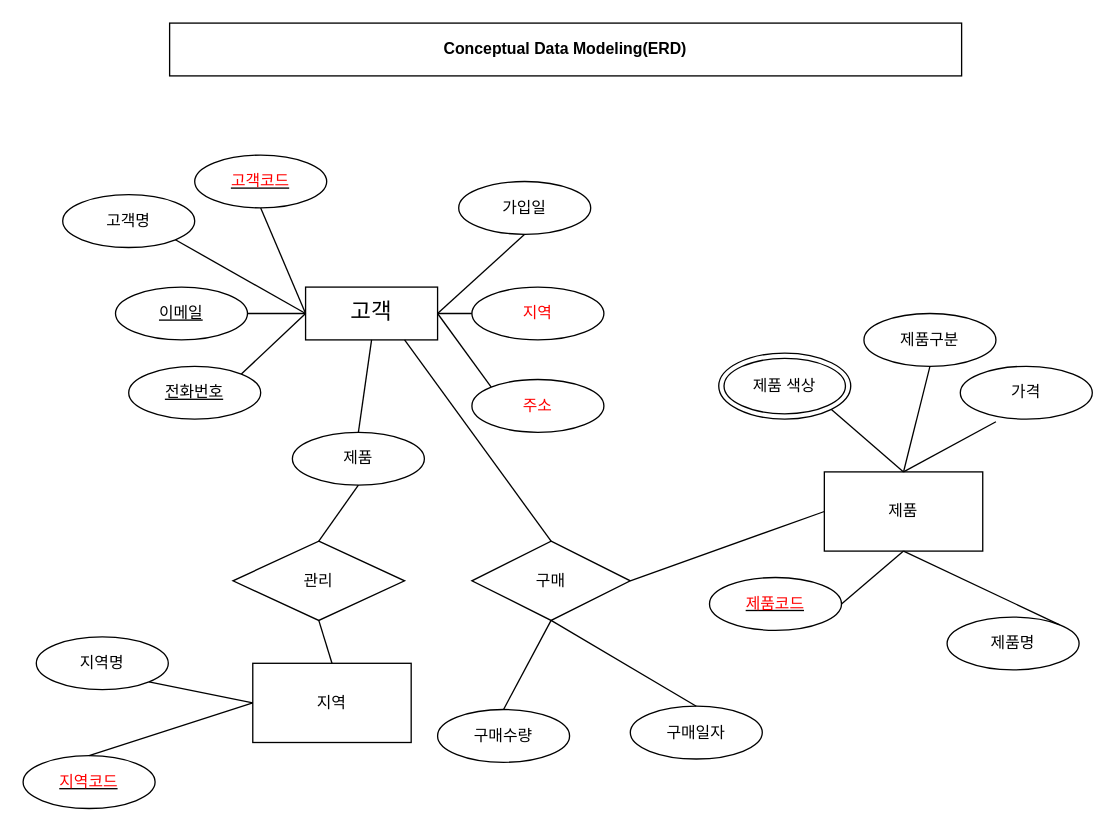
Earlier version of the draw.io diagram erd.drawio (fdsv8596/ai8erd). Source tidied: cells renumbered, new cells numbered last; positions are measured from the earlier drawing's top-left corner, leaving out a move shared by most shapes. Both pictures are drawn from the tidied source at 132%, with x=0, y=0 at pixel (22, 22).
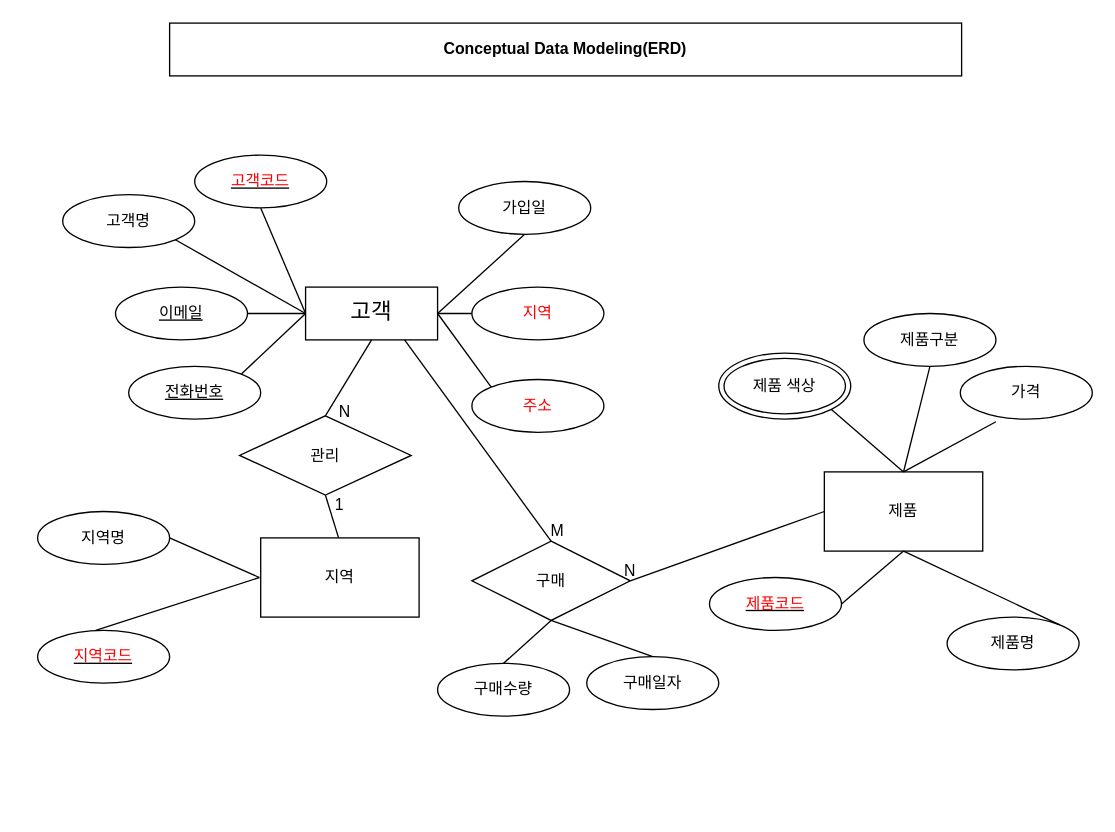
The same page after the edit.

The change refers to these unchanged cells:
```xml
<mxCell id="2" value="고객" style="whiteSpace=wrap;html=1;align=center;fontSize=17;" parent="1" vertex="1">
  <mxGeometry x="214" y="200" width="100" height="40" as="geometry" />
</mxCell>
```

Change to the diagram source:
```diff
@@
-    <mxCell id="17" value="제품" style="ellipse;whiteSpace=wrap;html=1;align=center;" parent="1" vertex="1">
-      <mxGeometry x="204" y="310" width="100" height="40" as="geometry" />
-    </mxCell>
-    <mxCell id="18" style="endArrow=none;html=1;rounded=0;entryX=0.5;entryY=0;entryDx=0;entryDy=0;exitX=0.5;exitY=1;exitDx=0;exitDy=0;" parent="1" edge="1" source="2" target="17">
-      <mxGeometry relative="1" as="geometry" />
-    </mxCell>
     <mxCell id="19" value="지역" style="rounded=0;whiteSpace=wrap;html=1;" parent="1" vertex="1">
-      <mxGeometry x="174" y="485" width="120" height="60" as="geometry" />
+      <mxGeometry x="180" y="390" width="120" height="60" as="geometry" />
     </mxCell>
     <mxCell id="20" value="&lt;u&gt;&lt;font color=&quot;#ff0000&quot;&gt;지역코드&lt;/font&gt;&lt;/u&gt;" style="ellipse;whiteSpace=wrap;html=1;align=center;" parent="1" vertex="1">
-      <mxGeometry y="555" width="100" height="40" as="geometry" />
+      <mxGeometry x="11" y="460" width="100" height="40" as="geometry" />
     </mxCell>
     <mxCell id="21" value="지역명" style="ellipse;whiteSpace=wrap;html=1;align=center;" parent="1" vertex="1">
-      <mxGeometry x="10" y="465" width="100" height="40" as="geometry" />
+      <mxGeometry x="11" y="370" width="100" height="40" as="geometry" />
     </mxCell>
-    <mxCell id="22" style="endArrow=none;html=1;rounded=0;entryX=0.5;entryY=0;entryDx=0;entryDy=0;exitX=0;exitY=0.5;exitDx=0;exitDy=0;" parent="1" edge="1" source="19" target="20">
-      <mxGeometry relative="1" as="geometry" />
+    <mxCell id="22" style="endArrow=none;html=1;rounded=0;entryX=0.5;entryY=0;entryDx=0;entryDy=0;exitX=0;exitY=0.5;exitDx=0;exitDy=0;" parent="1" edge="1">
+      <mxGeometry relative="1" as="geometry">
+        <mxPoint x="179" y="420" as="sourcePoint" />
+        <mxPoint x="55" y="460" as="targetPoint" />
+      </mxGeometry>
     </mxCell>
-    <mxCell id="23" style="endArrow=none;html=1;rounded=0;entryX=1;entryY=1;entryDx=0;entryDy=0;exitX=0;exitY=0.5;exitDx=0;exitDy=0;" parent="1" edge="1" source="19" target="21">
-      <mxGeometry relative="1" as="geometry" />
+    <mxCell id="23" style="endArrow=none;html=1;rounded=0;entryX=1;entryY=0.5;entryDx=0;entryDy=0;exitX=0;exitY=0.5;exitDx=0;exitDy=0;" parent="1" edge="1" target="21">
+      <mxGeometry relative="1" as="geometry">
+        <mxPoint x="179" y="420" as="sourcePoint" />
+      </mxGeometry>
     </mxCell>
@@
     <mxCell id="35" value="관리" style="rhombus;whiteSpace=wrap;html=1;" parent="1" vertex="1">
-      <mxGeometry x="159" y="392.5" width="130" height="60" as="geometry" />
+      <mxGeometry x="164" y="297.5" width="130" height="60" as="geometry" />
     </mxCell>
-    <mxCell id="36" style="endArrow=none;html=1;rounded=0;entryX=0.5;entryY=0;entryDx=0;entryDy=0;exitX=0.5;exitY=1;exitDx=0;exitDy=0;" parent="1" edge="1" source="35" target="19">
-      <mxGeometry relative="1" as="geometry" />
+    <mxCell id="36" style="endArrow=none;html=1;rounded=0;entryX=0.5;entryY=0;entryDx=0;entryDy=0;exitX=0.5;exitY=1;exitDx=0;exitDy=0;" parent="1" edge="1" source="35">
+      <mxGeometry relative="1" as="geometry">
+        <mxPoint x="239" y="390" as="targetPoint" />
+      </mxGeometry>
     </mxCell>
-    <mxCell id="37" style="endArrow=none;html=1;rounded=0;entryX=0.5;entryY=0;entryDx=0;entryDy=0;exitX=0.5;exitY=1;exitDx=0;exitDy=0;" parent="1" edge="1" source="17" target="35">
+    <mxCell id="37" style="endArrow=none;html=1;rounded=0;entryX=0.5;entryY=0;entryDx=0;entryDy=0;exitX=0.5;exitY=1;exitDx=0;exitDy=0;" parent="1" edge="1" source="2" target="35">
       <mxGeometry relative="1" as="geometry" />
     </mxCell>
@@
     <mxCell id="41" value="구매수량" style="ellipse;whiteSpace=wrap;html=1;align=center;" parent="1" vertex="1">
-      <mxGeometry x="314" y="520" width="100" height="40" as="geometry" />
+      <mxGeometry x="314" y="485" width="100" height="40" as="geometry" />
     </mxCell>
     <mxCell id="42" value="구매일자" style="ellipse;whiteSpace=wrap;html=1;align=center;" parent="1" vertex="1">
-      <mxGeometry x="460" y="517.5" width="100" height="40" as="geometry" />
+      <mxGeometry x="427" y="480" width="100" height="40" as="geometry" />
     </mxCell>
@@
+    <mxCell id="46" value="N" style="text;html=1;strokeColor=none;fillColor=none;align=center;verticalAlign=middle;whiteSpace=wrap;rounded=0;" parent="1" vertex="1">
+      <mxGeometry x="214" y="280" width="60" height="30" as="geometry" />
+    </mxCell>
+    <mxCell id="47" value="M" style="text;html=1;strokeColor=none;fillColor=none;align=center;verticalAlign=middle;whiteSpace=wrap;rounded=0;" parent="1" vertex="1">
+      <mxGeometry x="375" y="370" width="60" height="30" as="geometry" />
+    </mxCell>
+    <mxCell id="48" value="N" style="text;html=1;strokeColor=none;fillColor=none;align=center;verticalAlign=middle;whiteSpace=wrap;rounded=0;" parent="1" vertex="1">
+      <mxGeometry x="430" y="400" width="60" height="30" as="geometry" />
+    </mxCell>
+    <mxCell id="49" value="1" style="text;html=1;strokeColor=none;fillColor=none;align=center;verticalAlign=middle;whiteSpace=wrap;rounded=0;" parent="1" vertex="1">
+      <mxGeometry x="210" y="350" width="60" height="30" as="geometry" />
+    </mxCell>
```
